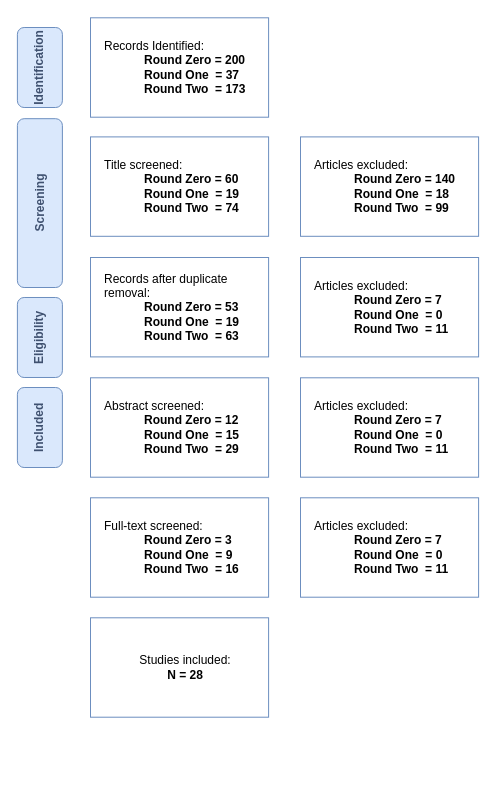
Above: page "Page-2" (2 of 6) of Diagrams/PRISMA Flowchart.drawio in HooradAboo/I-CLAIM (draw.io), before the change. Source tidied: cells renumbered, new cells numbered last; positions are measured from the earlier drawing's top-left corner, leaving out a move shared by most shapes. Both pictures are drawn from the tidied source at 100%, with x=0, y=0 at pixel (-45, 17).
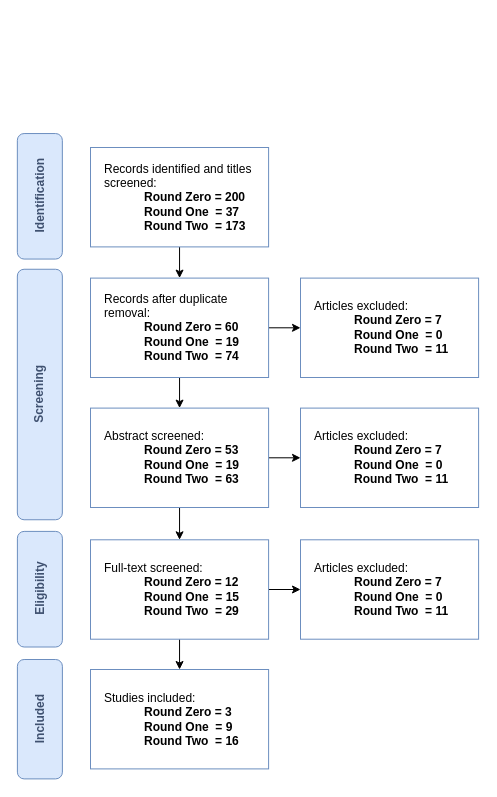
The same diagram, later.

Change to the diagram source:
```diff
@@
     <mxCell id="2" value="Eligibility" style="rounded=1;whiteSpace=wrap;html=1;rotation=-90;fillColor=#dae8fc;strokeColor=#6c8ebf;fontColor=#3F5170;fontStyle=1;" parent="1" vertex="1">
-      <mxGeometry x="44.4" y="297.5" width="80" height="45" as="geometry" />
+      <mxGeometry x="26.6" y="549.2" width="115.6" height="45" as="geometry" />
     </mxCell>
     <mxCell id="3" value="Included" style="rounded=1;whiteSpace=wrap;html=1;rotation=-90;fillColor=#dae8fc;strokeColor=#6c8ebf;fontColor=#3F5170;fontStyle=1;" parent="1" vertex="1">
-      <mxGeometry x="44.4" y="387.5" width="80" height="45" as="geometry" />
+      <mxGeometry x="24.7" y="679.2" width="119.4" height="45" as="geometry" />
     </mxCell>
     <mxCell id="4" value="Identification" style="rounded=1;whiteSpace=wrap;html=1;rotation=-90;fillColor=#dae8fc;strokeColor=#6c8ebf;fontColor=#3F5170;fontStyle=1;" parent="1" vertex="1">
-      <mxGeometry x="44.4" y="27.5" width="80" height="45" as="geometry" />
+      <mxGeometry x="21.6" y="156.3" width="125.5" height="45" as="geometry" />
     </mxCell>
     <mxCell id="5" value="Screening" style="rounded=1;whiteSpace=wrap;html=1;rotation=-90;fillColor=#dae8fc;strokeColor=#6c8ebf;fontColor=#3F5170;fontStyle=1;" parent="1" vertex="1">
-      <mxGeometry y="163.1" width="168.8" height="45" as="geometry" />
+      <mxGeometry x="-40.9" y="354.5" width="250.5" height="45" as="geometry" />
     </mxCell>
+    <mxCell id="16" style="edgeStyle=orthogonalEdgeStyle;rounded=0;jettySize=auto;html=1;exitX=0.5;exitY=1;exitDx=0;exitDy=0;entryX=0.5;entryY=0;entryDx=0;entryDy=0;" parent="1" edge="1" source="6" target="9">
+      <mxGeometry relative="1" as="geometry" />
+    </mxCell>
+    <mxCell id="17" style="edgeStyle=orthogonalEdgeStyle;rounded=0;jettySize=auto;html=1;exitX=1;exitY=0.5;exitDx=0;exitDy=0;entryX=0;entryY=0.5;entryDx=0;entryDy=0;" parent="1" edge="1" source="6" target="13">
+      <mxGeometry relative="1" as="geometry" />
+    </mxCell>
-    <mxCell id="6" value="&lt;span style=&quot;background-color: transparent; color: light-dark(rgb(0, 0, 0), rgb(255, 255, 255));&quot;&gt;Records after duplicate removal:&lt;/span&gt;&lt;br&gt;&lt;blockquote style=&quot;margin: 0 0 0 40px; border: none; padding: 0px;&quot;&gt;&lt;b style=&quot;background-color: transparent; color: light-dark(rgb(0, 0, 0), rgb(255, 255, 255));&quot;&gt;Round Zero = 53&lt;br&gt;&lt;/b&gt;&lt;b style=&quot;background-color: transparent; color: light-dark(rgb(0, 0, 0), rgb(255, 255, 255));&quot;&gt;Round One&amp;nbsp; = 19&lt;/b&gt;&lt;div style=&quot;&quot;&gt;&lt;b&gt;Round Two&amp;nbsp; = 63&lt;/b&gt;&lt;/div&gt;&lt;/blockquote&gt;" style="rounded=0;whiteSpace=wrap;html=1;strokeColor=#6C8EBF;align=left;spacingLeft=12;" parent="1" vertex="1">
-      <mxGeometry x="135" y="240" width="178.1" height="99.4" as="geometry" />
+    <mxCell id="6" value="&lt;span style=&quot;background-color: transparent; color: light-dark(rgb(0, 0, 0), rgb(255, 255, 255));&quot;&gt;Records after duplicate removal:&lt;/span&gt;&lt;br&gt;&lt;blockquote style=&quot;margin: 0 0 0 40px; border: none; padding: 0px;&quot;&gt;&lt;b style=&quot;background-color: transparent; color: light-dark(rgb(0, 0, 0), rgb(255, 255, 255));&quot;&gt;Round Zero = 60&lt;br&gt;&lt;/b&gt;&lt;b style=&quot;background-color: transparent; color: light-dark(rgb(0, 0, 0), rgb(255, 255, 255));&quot;&gt;Round One&amp;nbsp; = 19&lt;/b&gt;&lt;div style=&quot;&quot;&gt;&lt;b&gt;Round Two&amp;nbsp; = 74&lt;/b&gt;&lt;/div&gt;&lt;/blockquote&gt;" style="rounded=0;whiteSpace=wrap;html=1;strokeColor=#6C8EBF;align=left;spacingLeft=12;" parent="1" vertex="1">
+      <mxGeometry x="135" y="260.6" width="178.1" height="99.4" as="geometry" />
     </mxCell>
-    <mxCell id="7" value="&lt;span style=&quot;background-color: transparent; color: light-dark(rgb(0, 0, 0), rgb(255, 255, 255));&quot;&gt;Records Identified:&lt;/span&gt;&lt;br&gt;&lt;blockquote style=&quot;margin: 0 0 0 40px; border: none; padding: 0px;&quot;&gt;&lt;b style=&quot;background-color: transparent; color: light-dark(rgb(0, 0, 0), rgb(255, 255, 255));&quot;&gt;Round Zero = 200&lt;br&gt;&lt;/b&gt;&lt;b style=&quot;background-color: transparent; color: light-dark(rgb(0, 0, 0), rgb(255, 255, 255));&quot;&gt;Round One&amp;nbsp; = 37&lt;/b&gt;&lt;div style=&quot;&quot;&gt;&lt;b&gt;Round Two&amp;nbsp; = 173&lt;/b&gt;&lt;/div&gt;&lt;/blockquote&gt;" style="rounded=0;whiteSpace=wrap;html=1;strokeColor=#6C8EBF;align=left;spacingLeft=12;" parent="1" vertex="1">
-      <mxGeometry x="135" y="0.3" width="178.1" height="99.4" as="geometry" />
-    </mxCell>
+    <mxCell id="18" style="edgeStyle=orthogonalEdgeStyle;rounded=0;jettySize=auto;html=1;exitX=0.5;exitY=1;exitDx=0;exitDy=0;entryX=0.5;entryY=0;entryDx=0;entryDy=0;" parent="1" edge="1" source="8" target="6">
+      <mxGeometry relative="1" as="geometry" />
+    </mxCell>
-    <mxCell id="8" value="&lt;span style=&quot;background-color: transparent; color: light-dark(rgb(0, 0, 0), rgb(255, 255, 255));&quot;&gt;Title screened:&lt;/span&gt;&lt;br&gt;&lt;blockquote style=&quot;margin: 0 0 0 40px; border: none; padding: 0px;&quot;&gt;&lt;b style=&quot;background-color: transparent; color: light-dark(rgb(0, 0, 0), rgb(255, 255, 255));&quot;&gt;Round Zero = 60&lt;br&gt;&lt;/b&gt;&lt;b style=&quot;background-color: transparent; color: light-dark(rgb(0, 0, 0), rgb(255, 255, 255));&quot;&gt;Round One&amp;nbsp; = 19&lt;/b&gt;&lt;div style=&quot;&quot;&gt;&lt;b&gt;Round Two&amp;nbsp; = 74&lt;/b&gt;&lt;/div&gt;&lt;/blockquote&gt;" style="rounded=0;whiteSpace=wrap;html=1;strokeColor=#6C8EBF;align=left;spacingLeft=12;" parent="1" vertex="1">
-      <mxGeometry x="135" y="119.4" width="178.1" height="99.4" as="geometry" />
+    <mxCell id="8" value="&lt;span style=&quot;background-color: transparent; color: light-dark(rgb(0, 0, 0), rgb(255, 255, 255));&quot;&gt;Records identified and titles screened:&lt;/span&gt;&lt;br&gt;&lt;blockquote style=&quot;margin: 0 0 0 40px; border: none; padding: 0px;&quot;&gt;&lt;b style=&quot;background-color: transparent; color: light-dark(rgb(0, 0, 0), rgb(255, 255, 255));&quot;&gt;Round Zero = 200&lt;br&gt;&lt;/b&gt;&lt;b style=&quot;background-color: transparent; color: light-dark(rgb(0, 0, 0), rgb(255, 255, 255));&quot;&gt;Round One&amp;nbsp; = 37&lt;/b&gt;&lt;div style=&quot;&quot;&gt;&lt;b&gt;Round Two&amp;nbsp; = 173&lt;/b&gt;&lt;/div&gt;&lt;/blockquote&gt;" style="rounded=0;whiteSpace=wrap;html=1;strokeColor=#6C8EBF;align=left;spacingLeft=12;" parent="1" vertex="1">
+      <mxGeometry x="135" y="130" width="178.1" height="99.4" as="geometry" />
     </mxCell>
+    <mxCell id="19" style="edgeStyle=orthogonalEdgeStyle;rounded=0;jettySize=auto;html=1;exitX=0.5;exitY=1;exitDx=0;exitDy=0;entryX=0.5;entryY=0;entryDx=0;entryDy=0;" parent="1" edge="1" source="9" target="10">
+      <mxGeometry relative="1" as="geometry" />
+    </mxCell>
+    <mxCell id="20" style="edgeStyle=orthogonalEdgeStyle;rounded=0;jettySize=auto;html=1;exitX=1;exitY=0.5;exitDx=0;exitDy=0;entryX=0;entryY=0.5;entryDx=0;entryDy=0;" parent="1" edge="1" source="9" target="14">
+      <mxGeometry relative="1" as="geometry" />
+    </mxCell>
-    <mxCell id="9" value="&lt;span style=&quot;background-color: transparent; color: light-dark(rgb(0, 0, 0), rgb(255, 255, 255));&quot;&gt;Abstract screened:&lt;/span&gt;&lt;br&gt;&lt;blockquote style=&quot;margin: 0 0 0 40px; border: none; padding: 0px;&quot;&gt;&lt;b style=&quot;background-color: transparent; color: light-dark(rgb(0, 0, 0), rgb(255, 255, 255));&quot;&gt;Round Zero = 12&lt;br&gt;&lt;/b&gt;&lt;b style=&quot;background-color: transparent; color: light-dark(rgb(0, 0, 0), rgb(255, 255, 255));&quot;&gt;Round One&amp;nbsp; = 15&lt;/b&gt;&lt;div style=&quot;&quot;&gt;&lt;b&gt;Round Two&amp;nbsp; = 29&lt;/b&gt;&lt;/div&gt;&lt;/blockquote&gt;" style="rounded=0;whiteSpace=wrap;html=1;strokeColor=#6C8EBF;align=left;spacingLeft=12;" parent="1" vertex="1">
-      <mxGeometry x="135" y="360.3" width="178.1" height="99.4" as="geometry" />
+    <mxCell id="9" value="&lt;span style=&quot;background-color: transparent; color: light-dark(rgb(0, 0, 0), rgb(255, 255, 255));&quot;&gt;Abstract screened:&lt;/span&gt;&lt;br&gt;&lt;blockquote style=&quot;margin: 0 0 0 40px; border: none; padding: 0px;&quot;&gt;&lt;b style=&quot;background-color: transparent; color: light-dark(rgb(0, 0, 0), rgb(255, 255, 255));&quot;&gt;Round Zero = 53&lt;br&gt;&lt;/b&gt;&lt;b style=&quot;background-color: transparent; color: light-dark(rgb(0, 0, 0), rgb(255, 255, 255));&quot;&gt;Round One&amp;nbsp; = 19&lt;/b&gt;&lt;div style=&quot;&quot;&gt;&lt;b&gt;Round Two&amp;nbsp; = 63&lt;/b&gt;&lt;/div&gt;&lt;/blockquote&gt;" style="rounded=0;whiteSpace=wrap;html=1;strokeColor=#6C8EBF;align=left;spacingLeft=12;" parent="1" vertex="1">
+      <mxGeometry x="135" y="390.6" width="178.1" height="99.4" as="geometry" />
     </mxCell>
+    <mxCell id="21" style="edgeStyle=orthogonalEdgeStyle;rounded=0;jettySize=auto;html=1;exitX=0.5;exitY=1;exitDx=0;exitDy=0;entryX=0.5;entryY=0;entryDx=0;entryDy=0;" parent="1" edge="1" source="10" target="11">
+      <mxGeometry relative="1" as="geometry" />
+    </mxCell>
+    <mxCell id="22" style="edgeStyle=orthogonalEdgeStyle;rounded=0;jettySize=auto;html=1;exitX=1;exitY=0.5;exitDx=0;exitDy=0;entryX=0;entryY=0.5;entryDx=0;entryDy=0;" parent="1" edge="1" source="10" target="15">
+      <mxGeometry relative="1" as="geometry" />
+    </mxCell>
-    <mxCell id="10" value="&lt;span style=&quot;background-color: transparent; color: light-dark(rgb(0, 0, 0), rgb(255, 255, 255));&quot;&gt;Full-text screened:&lt;/span&gt;&lt;br&gt;&lt;blockquote style=&quot;margin: 0 0 0 40px; border: none; padding: 0px;&quot;&gt;&lt;b style=&quot;background-color: transparent; color: light-dark(rgb(0, 0, 0), rgb(255, 255, 255));&quot;&gt;Round Zero = 3&lt;br&gt;&lt;/b&gt;&lt;b style=&quot;background-color: transparent; color: light-dark(rgb(0, 0, 0), rgb(255, 255, 255));&quot;&gt;Round One&amp;nbsp; = 9&lt;/b&gt;&lt;div style=&quot;&quot;&gt;&lt;b&gt;Round Two&amp;nbsp; = 16&lt;/b&gt;&lt;/div&gt;&lt;/blockquote&gt;" style="rounded=0;whiteSpace=wrap;html=1;strokeColor=#6C8EBF;align=left;spacingLeft=12;" parent="1" vertex="1">
-      <mxGeometry x="135" y="480.3" width="178.1" height="99.4" as="geometry" />
+    <mxCell id="10" value="&lt;span style=&quot;background-color: transparent; color: light-dark(rgb(0, 0, 0), rgb(255, 255, 255));&quot;&gt;Full-text screened:&lt;/span&gt;&lt;br&gt;&lt;blockquote style=&quot;margin: 0 0 0 40px; border: none; padding: 0px;&quot;&gt;&lt;b style=&quot;background-color: transparent; color: light-dark(rgb(0, 0, 0), rgb(255, 255, 255));&quot;&gt;Round Zero = 12&lt;br&gt;&lt;/b&gt;&lt;b style=&quot;background-color: transparent; color: light-dark(rgb(0, 0, 0), rgb(255, 255, 255));&quot;&gt;Round One&amp;nbsp; = 15&lt;/b&gt;&lt;div style=&quot;&quot;&gt;&lt;b&gt;Round Two&amp;nbsp; = 29&lt;/b&gt;&lt;/div&gt;&lt;/blockquote&gt;" style="rounded=0;whiteSpace=wrap;html=1;strokeColor=#6C8EBF;align=left;spacingLeft=12;" parent="1" vertex="1">
+      <mxGeometry x="135" y="522.3" width="178.1" height="99.4" as="geometry" />
     </mxCell>
-    <mxCell id="11" value="&lt;span style=&quot;background-color: transparent; color: light-dark(rgb(0, 0, 0), rgb(255, 255, 255));&quot;&gt;Studies included:&lt;/span&gt;&lt;br&gt;&lt;b&gt;N = 28&lt;/b&gt;" style="rounded=0;whiteSpace=wrap;html=1;strokeColor=#6C8EBF;align=center;spacingLeft=12;" parent="1" vertex="1">
-      <mxGeometry x="135" y="600.3" width="178.1" height="99.4" as="geometry" />
+    <mxCell id="11" value="&lt;div style=&quot;&quot;&gt;&lt;span style=&quot;background-color: transparent; color: light-dark(rgb(0, 0, 0), rgb(255, 255, 255));&quot;&gt;Studies included:&lt;/span&gt;&lt;/div&gt;&lt;blockquote style=&quot;margin: 0 0 0 40px; border: none; padding: 0px;&quot;&gt;&lt;b style=&quot;color: light-dark(rgb(0, 0, 0), rgb(255, 255, 255)); background-color: transparent;&quot;&gt;Round Zero = 3&lt;br&gt;&lt;/b&gt;&lt;b style=&quot;color: light-dark(rgb(0, 0, 0), rgb(255, 255, 255)); background-color: transparent;&quot;&gt;Round One&amp;nbsp; = 9&lt;/b&gt;&lt;div style=&quot;&quot;&gt;&lt;b&gt;Round Two&amp;nbsp; = 16&lt;/b&gt;&lt;/div&gt;&lt;/blockquote&gt;" style="rounded=0;whiteSpace=wrap;html=1;strokeColor=#6C8EBF;align=left;spacingLeft=12;" parent="1" vertex="1">
+      <mxGeometry x="135" y="652" width="178.1" height="99.4" as="geometry" />
     </mxCell>
-    <mxCell id="12" value="&lt;span style=&quot;background-color: transparent; color: light-dark(rgb(0, 0, 0), rgb(255, 255, 255));&quot;&gt;Articles excluded:&lt;/span&gt;&lt;br&gt;&lt;blockquote style=&quot;margin: 0 0 0 40px; border: none; padding: 0px;&quot;&gt;&lt;b style=&quot;background-color: transparent; color: light-dark(rgb(0, 0, 0), rgb(255, 255, 255));&quot;&gt;Round Zero = 140&lt;br&gt;&lt;/b&gt;&lt;b style=&quot;background-color: transparent; color: light-dark(rgb(0, 0, 0), rgb(255, 255, 255));&quot;&gt;Round One&amp;nbsp; = 18&lt;/b&gt;&lt;div style=&quot;&quot;&gt;&lt;b&gt;Round Two&amp;nbsp; = 99&lt;/b&gt;&lt;/div&gt;&lt;/blockquote&gt;" style="rounded=0;whiteSpace=wrap;html=1;strokeColor=#6C8EBF;align=left;spacingLeft=12;" parent="1" vertex="1">
-      <mxGeometry x="345" y="119.4" width="178.1" height="99.4" as="geometry" />
-    </mxCell>
     <mxCell id="13" value="&lt;span style=&quot;background-color: transparent; color: light-dark(rgb(0, 0, 0), rgb(255, 255, 255));&quot;&gt;Articles excluded:&lt;/span&gt;&lt;br&gt;&lt;blockquote style=&quot;margin: 0 0 0 40px; border: none; padding: 0px;&quot;&gt;&lt;b style=&quot;background-color: transparent; color: light-dark(rgb(0, 0, 0), rgb(255, 255, 255));&quot;&gt;Round Zero = 7&lt;br&gt;&lt;/b&gt;&lt;b style=&quot;background-color: transparent; color: light-dark(rgb(0, 0, 0), rgb(255, 255, 255));&quot;&gt;Round One&amp;nbsp; = 0&lt;/b&gt;&lt;div style=&quot;&quot;&gt;&lt;b&gt;Round Two&amp;nbsp; = 11&lt;/b&gt;&lt;/div&gt;&lt;/blockquote&gt;" style="rounded=0;whiteSpace=wrap;html=1;strokeColor=#6C8EBF;align=left;spacingLeft=12;" parent="1" vertex="1">
-      <mxGeometry x="345" y="240" width="178.1" height="99.4" as="geometry" />
+      <mxGeometry x="345" y="260.6" width="178.1" height="99.4" as="geometry" />
     </mxCell>
     <mxCell id="14" value="&lt;span style=&quot;background-color: transparent; color: light-dark(rgb(0, 0, 0), rgb(255, 255, 255));&quot;&gt;Articles excluded:&lt;/span&gt;&lt;br&gt;&lt;blockquote style=&quot;margin: 0 0 0 40px; border: none; padding: 0px;&quot;&gt;&lt;b style=&quot;background-color: transparent; color: light-dark(rgb(0, 0, 0), rgb(255, 255, 255));&quot;&gt;Round Zero = 7&lt;br&gt;&lt;/b&gt;&lt;b style=&quot;background-color: transparent; color: light-dark(rgb(0, 0, 0), rgb(255, 255, 255));&quot;&gt;Round One&amp;nbsp; = 0&lt;/b&gt;&lt;div style=&quot;&quot;&gt;&lt;b&gt;Round Two&amp;nbsp; = 11&lt;/b&gt;&lt;/div&gt;&lt;/blockquote&gt;" style="rounded=0;whiteSpace=wrap;html=1;strokeColor=#6C8EBF;align=left;spacingLeft=12;" parent="1" vertex="1">
-      <mxGeometry x="345" y="360.3" width="178.1" height="99.4" as="geometry" />
+      <mxGeometry x="345" y="390.6" width="178.1" height="99.4" as="geometry" />
     </mxCell>
     <mxCell id="15" value="&lt;span style=&quot;background-color: transparent; color: light-dark(rgb(0, 0, 0), rgb(255, 255, 255));&quot;&gt;Articles excluded:&lt;/span&gt;&lt;br&gt;&lt;blockquote style=&quot;margin: 0 0 0 40px; border: none; padding: 0px;&quot;&gt;&lt;b style=&quot;background-color: transparent; color: light-dark(rgb(0, 0, 0), rgb(255, 255, 255));&quot;&gt;Round Zero = 7&lt;br&gt;&lt;/b&gt;&lt;b style=&quot;background-color: transparent; color: light-dark(rgb(0, 0, 0), rgb(255, 255, 255));&quot;&gt;Round One&amp;nbsp; = 0&lt;/b&gt;&lt;div style=&quot;&quot;&gt;&lt;b&gt;Round Two&amp;nbsp; = 11&lt;/b&gt;&lt;/div&gt;&lt;/blockquote&gt;" style="rounded=0;whiteSpace=wrap;html=1;strokeColor=#6C8EBF;align=left;spacingLeft=12;" parent="1" vertex="1">
-      <mxGeometry x="345" y="480.3" width="178.1" height="99.4" as="geometry" />
+      <mxGeometry x="345" y="522.3" width="178.1" height="99.4" as="geometry" />
     </mxCell>
```
